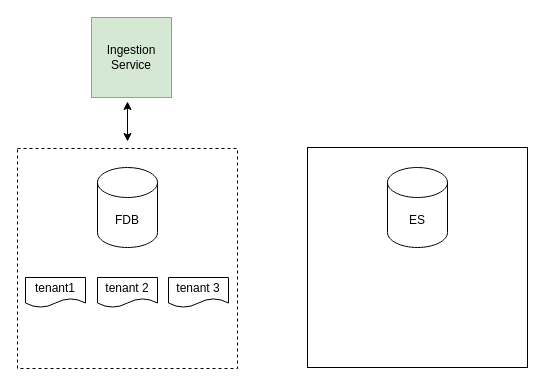
This is assets/multi-tenancy.drawio from ganisback/draw.io, a draw.io file, before an edit. Source tidied: cells renumbered, new cells numbered last; positions are measured from the earlier drawing's top-left corner, leaving out a move shared by most shapes. Both pictures are drawn from the tidied source at 100%, with x=0, y=0 at pixel (17, 17).
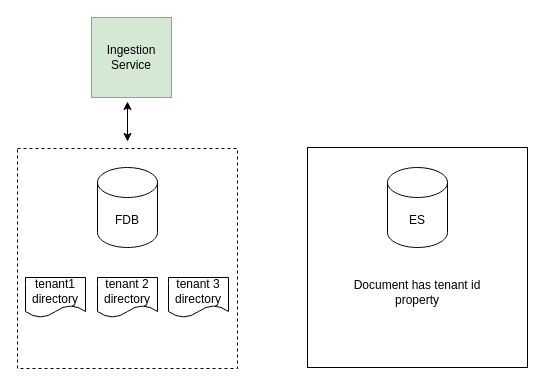
The same page after the edit.

The edit, as a diff of the source:
```diff
@@
 <mxGraphModel>
   <root>
     <mxCell id="0" />
     <mxCell id="1" parent="0" />
     <mxCell id="2" style="whiteSpace=wrap;html=1;dashed=1;" parent="1" vertex="1">
       <mxGeometry y="131" width="220" height="220" as="geometry" />
     </mxCell>
     <mxCell id="3" value="Ingestion Service" style="whiteSpace=wrap;html=1;fillColor=#d5e8d4;strokeColor=#82b366;" parent="1" vertex="1">
       <mxGeometry x="74" width="80" height="80" as="geometry" />
     </mxCell>
     <mxCell id="4" value="FDB" style="shape=cylinder3;whiteSpace=wrap;html=1;boundedLbl=1;backgroundOutline=1;size=15;" parent="1" vertex="1">
       <mxGeometry x="80" y="150" width="60" height="80" as="geometry" />
     </mxCell>
-    <mxCell id="5" value="tenant1" style="shape=document;whiteSpace=wrap;html=1;boundedLbl=1;" parent="1" vertex="1">
-      <mxGeometry x="8" y="260" width="60" height="30" as="geometry" />
+    <mxCell id="5" value="tenant1 directory" style="shape=document;whiteSpace=wrap;html=1;boundedLbl=1;" parent="1" vertex="1">
+      <mxGeometry x="8" y="260" width="60" height="40" as="geometry" />
     </mxCell>
-    <mxCell id="6" value="tenant 2" style="shape=document;whiteSpace=wrap;html=1;boundedLbl=1;" parent="1" vertex="1">
-      <mxGeometry x="80" y="260" width="60" height="30" as="geometry" />
+    <mxCell id="6" value="tenant 2&lt;br&gt;directory" style="shape=document;whiteSpace=wrap;html=1;boundedLbl=1;" parent="1" vertex="1">
+      <mxGeometry x="80" y="260" width="60" height="40" as="geometry" />
     </mxCell>
-    <mxCell id="7" value="tenant 3" style="shape=document;whiteSpace=wrap;html=1;boundedLbl=1;" parent="1" vertex="1">
-      <mxGeometry x="151" y="260" width="60" height="30" as="geometry" />
+    <mxCell id="7" value="tenant 3&lt;br&gt;directory" style="shape=document;whiteSpace=wrap;html=1;boundedLbl=1;" parent="1" vertex="1">
+      <mxGeometry x="151" y="260" width="60" height="40" as="geometry" />
     </mxCell>
     <mxCell id="8" style="endArrow=classic;startArrow=classic;html=1;rounded=0;" parent="1" edge="1">
       <mxGeometry relative="1" as="geometry">
         <mxPoint x="110" y="124" as="sourcePoint" />
         <mxPoint x="110" y="84" as="targetPoint" />
       </mxGeometry>
     </mxCell>
     <mxCell id="9" style="whiteSpace=wrap;html=1;" parent="1" vertex="1">
       <mxGeometry x="290" y="130" width="220" height="220" as="geometry" />
     </mxCell>
     <mxCell id="10" value="ES" style="shape=cylinder3;whiteSpace=wrap;html=1;boundedLbl=1;backgroundOutline=1;size=15;" parent="1" vertex="1">
       <mxGeometry x="370" y="150" width="60" height="80" as="geometry" />
     </mxCell>
+    <mxCell id="11" value="Document has tenant id property" style="text;html=1;strokeColor=none;fillColor=none;align=center;verticalAlign=middle;whiteSpace=wrap;rounded=0;" parent="1" vertex="1">
+      <mxGeometry x="315" y="260" width="170" height="30" as="geometry" />
+    </mxCell>
   </root>
 </mxGraphModel>
```
